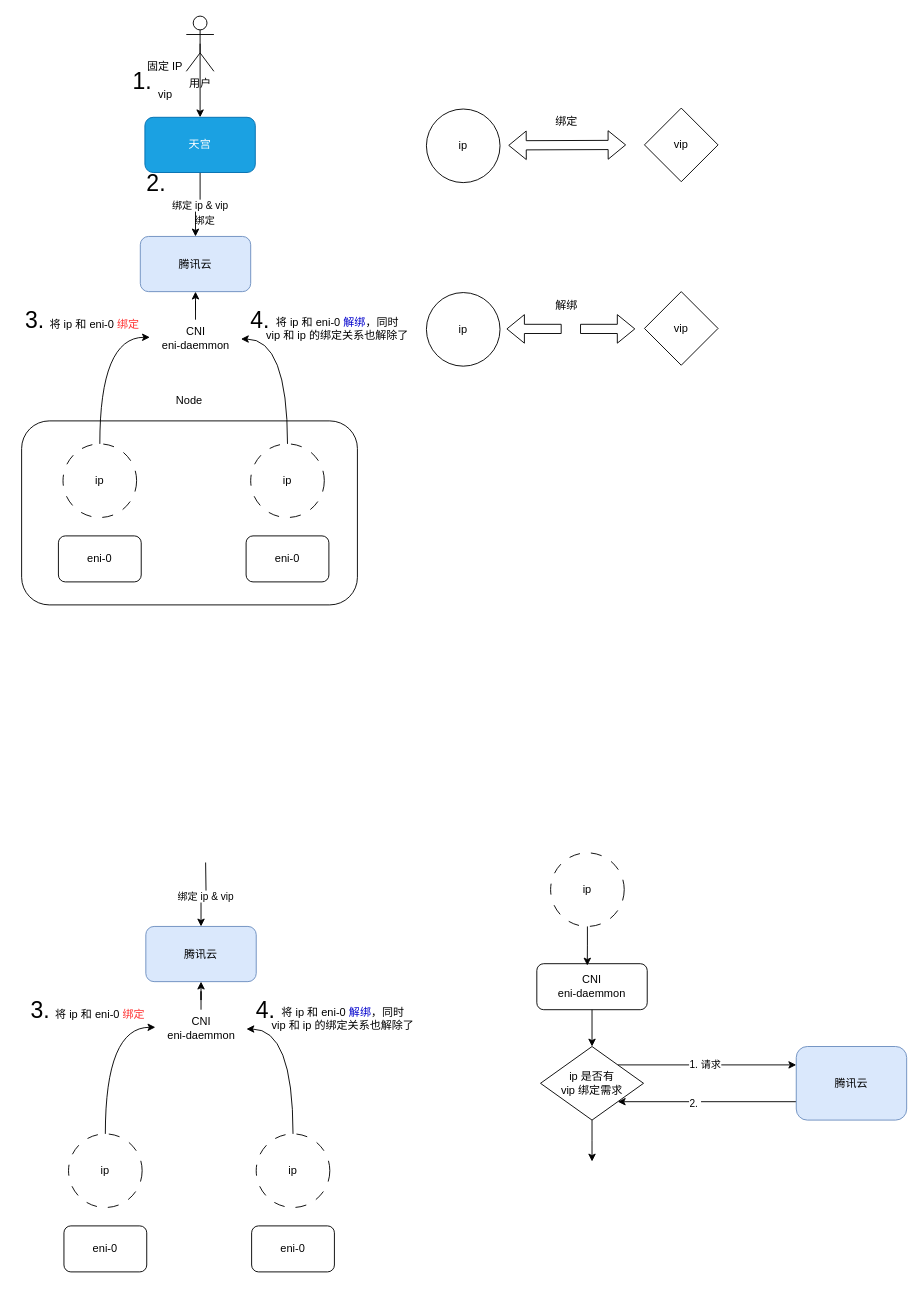
Earlier version of the draw.io diagram vipbug 修复.drawio (cityofwang/beats). Source tidied: cells renumbered, new cells numbered last; positions are measured from the earlier drawing's top-left corner, leaving out a move shared by most shapes. Both pictures are drawn from the tidied source at 92%, with x=0, y=0 at pixel (16, 16).
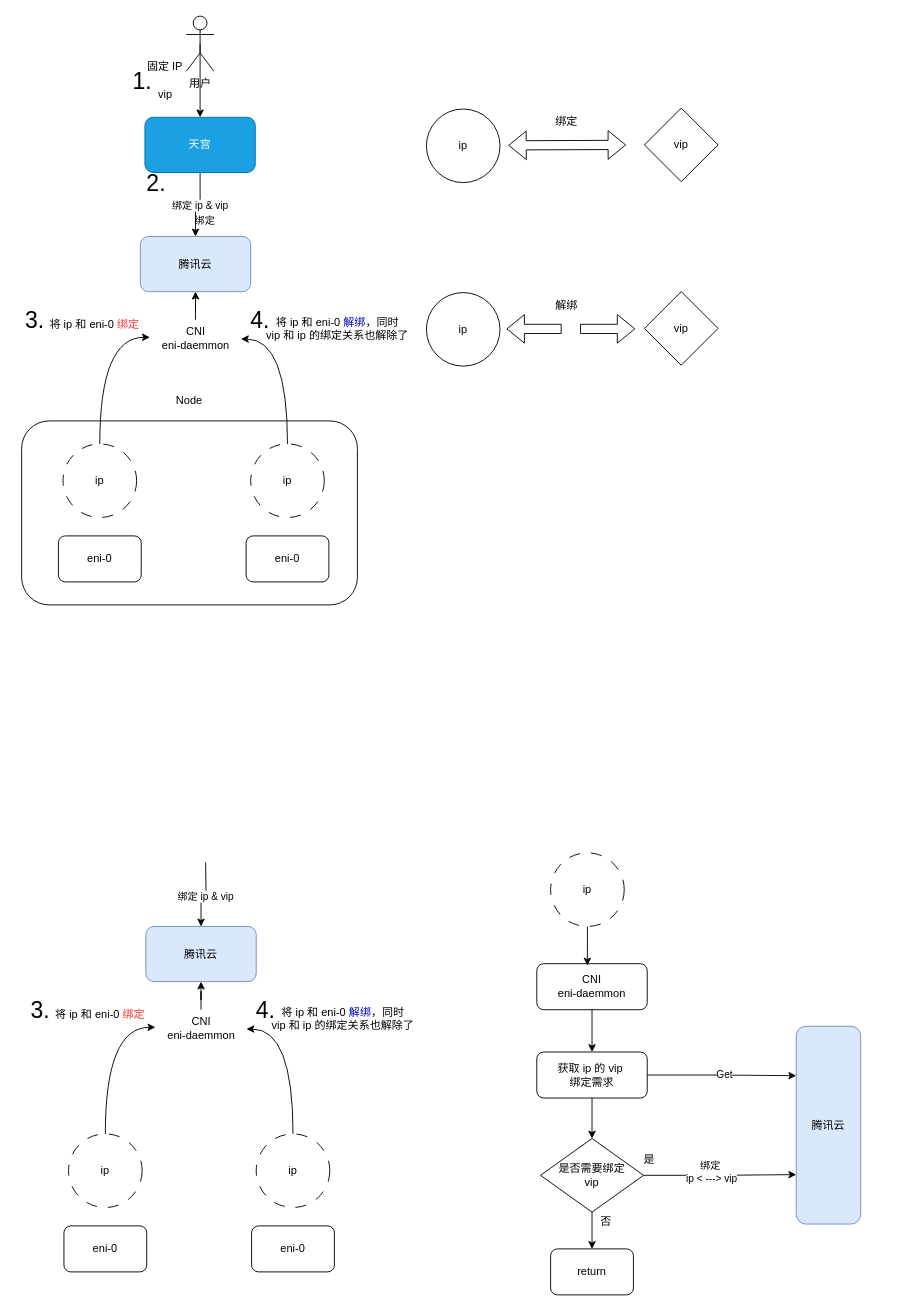
Above is the later version.

The change refers to these unchanged cells:
```xml
<mxCell id="52" value="&lt;div&gt;&lt;div style=&quot;text-wrap: nowrap;&quot;&gt;CNI&lt;/div&gt;&lt;span style=&quot;text-wrap: nowrap;&quot;&gt;eni-daemmon&lt;/span&gt;&lt;br&gt;&lt;/div&gt;" style="rounded=1;whiteSpace=wrap;html=1;fillColor=none;" parent="1" vertex="1">
  <mxGeometry x="566" y="1030" width="120" height="50" as="geometry" />
</mxCell>
```

The edit, as a diff of the source:
```diff
@@
-    <mxCell id="51" style="edgeStyle=orthogonalEdgeStyle;rounded=0;jettySize=auto;html=1;entryX=0.5;entryY=0;entryDx=0;entryDy=0;" parent="1" edge="1" source="52" target="61">
+    <mxCell id="51" style="edgeStyle=orthogonalEdgeStyle;rounded=0;jettySize=auto;html=1;entryX=0.5;entryY=0;entryDx=0;entryDy=0;" parent="1" edge="1" source="52" target="67">
       <mxGeometry relative="1" as="geometry" />
     </mxCell>
@@
-    <mxCell id="55" style="edgeStyle=orthogonalEdgeStyle;rounded=0;jettySize=auto;html=1;exitX=0;exitY=0.75;exitDx=0;exitDy=0;entryX=1;entryY=1;entryDx=0;entryDy=0;" parent="1" edge="1" source="57" target="61">
-      <mxGeometry relative="1" as="geometry" />
-    </mxCell>
-    <mxCell id="56" value="2.&amp;nbsp;" style="edgeLabel;html=1;align=center;verticalAlign=middle;" parent="55" vertex="1">
-      <mxGeometry x="0.07" y="1" relative="1" as="geometry">
-        <mxPoint x="-7" as="offset" />
-      </mxGeometry>
-    </mxCell>
     <mxCell id="57" value="腾讯云" style="rounded=1;whiteSpace=wrap;html=1;fillColor=#dae8fc;strokeColor=#6c8ebf;" parent="1" vertex="1">
-      <mxGeometry x="848" y="1120" width="120" height="80" as="geometry" />
+      <mxGeometry x="848" y="1098" width="70" height="215" as="geometry" />
     </mxCell>
-    <mxCell id="58" style="edgeStyle=orthogonalEdgeStyle;rounded=0;jettySize=auto;html=1;exitX=1;exitY=0;exitDx=0;exitDy=0;entryX=0;entryY=0.25;entryDx=0;entryDy=0;" parent="1" edge="1" source="61" target="57">
+    <mxCell id="58" style="edgeStyle=orthogonalEdgeStyle;rounded=0;jettySize=auto;html=1;exitX=1;exitY=0.5;exitDx=0;exitDy=0;entryX=0;entryY=0.25;entryDx=0;entryDy=0;" parent="1" edge="1" source="67" target="57">
       <mxGeometry relative="1" as="geometry" />
     </mxCell>
-    <mxCell id="59" value="1. 请求" style="edgeLabel;html=1;align=center;verticalAlign=middle;" parent="58" vertex="1">
+    <mxCell id="59" value="Get" style="edgeLabel;html=1;align=center;verticalAlign=middle;" parent="58" vertex="1">
       <mxGeometry x="-0.32" y="1" relative="1" as="geometry">
         <mxPoint x="28" as="offset" />
       </mxGeometry>
     </mxCell>
-    <mxCell id="60" style="edgeStyle=orthogonalEdgeStyle;rounded=0;jettySize=auto;html=1;" parent="1" edge="1" source="61">
-      <mxGeometry relative="1" as="geometry">
-        <mxPoint x="626" y="1245" as="targetPoint" />
-      </mxGeometry>
-    </mxCell>
-    <mxCell id="61" value="ip 是否有&lt;div&gt;vip 绑定需求&lt;/div&gt;" style="rhombus;whiteSpace=wrap;html=1;" parent="1" vertex="1">
-      <mxGeometry x="570" y="1120" width="112" height="80" as="geometry" />
-    </mxCell>
+    <mxCell id="62" style="edgeStyle=orthogonalEdgeStyle;rounded=0;jettySize=auto;html=1;entryX=0;entryY=0.75;entryDx=0;entryDy=0;" parent="1" edge="1" source="65" target="57">
+      <mxGeometry relative="1" as="geometry" />
+    </mxCell>
+    <mxCell id="63" value="绑定&amp;nbsp;&lt;div&gt;ip &amp;lt; ---&amp;gt; vip&lt;/div&gt;" style="edgeLabel;html=1;align=center;verticalAlign=middle;" parent="62" vertex="1">
+      <mxGeometry x="-0.13" y="4" relative="1" as="geometry" />
+    </mxCell>
+    <mxCell id="64" style="edgeStyle=orthogonalEdgeStyle;rounded=0;jettySize=auto;html=1;entryX=0.5;entryY=0;entryDx=0;entryDy=0;" parent="1" edge="1" source="65" target="69">
+      <mxGeometry relative="1" as="geometry" />
+    </mxCell>
+    <mxCell id="65" value="是否需要绑定&lt;div&gt;vip&lt;/div&gt;" style="rhombus;whiteSpace=wrap;html=1;" parent="1" vertex="1">
+      <mxGeometry x="570" y="1220" width="112" height="80" as="geometry" />
+    </mxCell>
+    <mxCell id="66" style="edgeStyle=orthogonalEdgeStyle;rounded=0;jettySize=auto;html=1;entryX=0.5;entryY=0;entryDx=0;entryDy=0;" parent="1" edge="1" source="67" target="65">
+      <mxGeometry relative="1" as="geometry" />
+    </mxCell>
+    <mxCell id="67" value="&lt;div&gt;&lt;div style=&quot;text-wrap: nowrap;&quot;&gt;&lt;span style=&quot;text-wrap: wrap;&quot;&gt;获取 ip 的&amp;nbsp;&lt;/span&gt;&lt;span style=&quot;color: light-dark(rgb(0, 0, 0), rgb(255, 255, 255)); text-wrap: wrap; background-color: transparent;&quot;&gt;vip&amp;nbsp;&lt;/span&gt;&lt;div style=&quot;text-wrap: wrap;&quot;&gt;&lt;span style=&quot;background-color: transparent; color: light-dark(rgb(0, 0, 0), rgb(255, 255, 255));&quot;&gt;绑定需求&lt;/span&gt;&lt;/div&gt;&lt;/div&gt;&lt;/div&gt;" style="rounded=1;whiteSpace=wrap;html=1;fillColor=none;" parent="1" vertex="1">
+      <mxGeometry x="566" y="1126" width="120" height="50" as="geometry" />
+    </mxCell>
+    <mxCell id="68" value="是" style="text;html=1;align=center;verticalAlign=middle;strokeColor=none;fillColor=none;" parent="1" vertex="1">
+      <mxGeometry x="668" y="1228" width="40" height="30" as="geometry" />
+    </mxCell>
+    <mxCell id="69" value="return" style="rounded=1;whiteSpace=wrap;html=1;" parent="1" vertex="1">
+      <mxGeometry x="581" y="1340" width="90" height="50" as="geometry" />
+    </mxCell>
+    <mxCell id="70" value="否" style="text;html=1;align=center;verticalAlign=middle;strokeColor=none;fillColor=none;" parent="1" vertex="1">
+      <mxGeometry x="621" y="1295" width="40" height="30" as="geometry" />
+    </mxCell>
```
